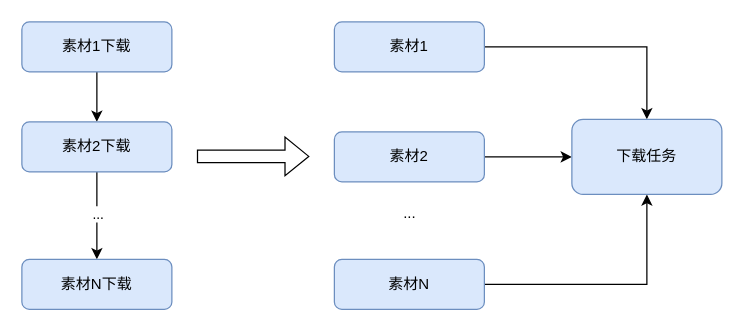
This is page "下载" (1 of 3) of 未命名绘图.drawio from red-mount/binder, a draw.io file, before an edit. Source tidied: cells renumbered, new cells numbered last; positions are measured from the earlier drawing's top-left corner, leaving out a move shared by most shapes. Both pictures are drawn from the tidied source at 125%, with x=0, y=0 at pixel (21, 21).
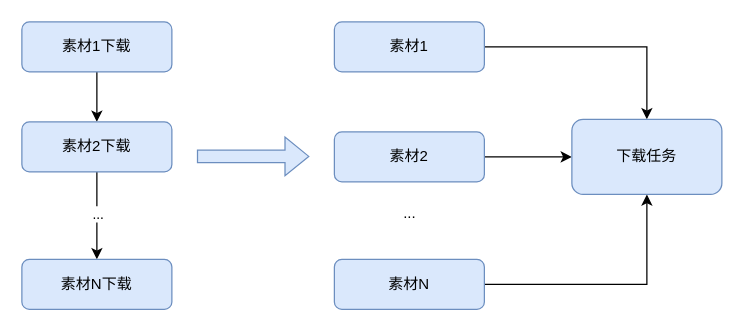
The same diagram, later.

Commit message (it also covers changes not shown here):
更新未命名绘图.drawio

Diff of the diagram source:
```diff
@@
 <mxGraphModel>
   <root>
     <mxCell id="0" />
     <mxCell id="1" parent="0" />
     <mxCell id="2" style="edgeStyle=orthogonalEdgeStyle;rounded=0;jettySize=auto;html=1;" parent="1" edge="1" source="3" target="6">
       <mxGeometry relative="1" as="geometry" />
     </mxCell>
     <mxCell id="3" value="素材1下载" style="rounded=1;whiteSpace=wrap;html=1;fontSize=12;glass=0;strokeWidth=1;shadow=0;fillColor=#dae8fc;strokeColor=#6c8ebf;" parent="1" vertex="1">
       <mxGeometry width="120" height="40" as="geometry" />
     </mxCell>
     <mxCell id="4" style="edgeStyle=orthogonalEdgeStyle;rounded=0;jettySize=auto;html=1;" parent="1" edge="1" source="6" target="7">
       <mxGeometry relative="1" as="geometry" />
     </mxCell>
     <mxCell id="5" value="..." style="edgeLabel;html=1;align=center;verticalAlign=middle;" parent="4" vertex="1">
       <mxGeometry x="-0.07" relative="1" as="geometry" />
     </mxCell>
     <mxCell id="6" value="素材2下载" style="whiteSpace=wrap;html=1;fillColor=#dae8fc;strokeColor=#6c8ebf;rounded=1;glass=0;strokeWidth=1;shadow=0;" parent="1" vertex="1">
       <mxGeometry y="80" width="120" height="40" as="geometry" />
     </mxCell>
     <mxCell id="7" value="素材N下载" style="whiteSpace=wrap;html=1;fillColor=#dae8fc;strokeColor=#6c8ebf;rounded=1;glass=0;strokeWidth=1;shadow=0;" parent="1" vertex="1">
       <mxGeometry y="190" width="120" height="40" as="geometry" />
     </mxCell>
     <mxCell id="8" style="edgeStyle=orthogonalEdgeStyle;rounded=0;jettySize=auto;html=1;entryX=0.5;entryY=0;entryDx=0;entryDy=0;" parent="1" edge="1" source="9" target="15">
       <mxGeometry relative="1" as="geometry" />
     </mxCell>
     <mxCell id="9" value="素材1" style="rounded=1;whiteSpace=wrap;html=1;fontSize=12;glass=0;strokeWidth=1;shadow=0;fillColor=#dae8fc;strokeColor=#6c8ebf;" parent="1" vertex="1">
       <mxGeometry x="250" width="120" height="40" as="geometry" />
     </mxCell>
     <mxCell id="10" style="edgeStyle=orthogonalEdgeStyle;rounded=0;jettySize=auto;html=1;" parent="1" edge="1" source="11" target="15">
       <mxGeometry relative="1" as="geometry" />
     </mxCell>
     <mxCell id="11" value="素材2" style="rounded=1;whiteSpace=wrap;html=1;fontSize=12;glass=0;strokeWidth=1;shadow=0;fillColor=#dae8fc;strokeColor=#6c8ebf;" parent="1" vertex="1">
       <mxGeometry x="250" y="88" width="120" height="40" as="geometry" />
     </mxCell>
     <mxCell id="12" style="edgeStyle=orthogonalEdgeStyle;rounded=0;jettySize=auto;html=1;entryX=0.5;entryY=1;entryDx=0;entryDy=0;" parent="1" edge="1" source="13" target="15">
       <mxGeometry relative="1" as="geometry" />
     </mxCell>
     <mxCell id="13" value="素材N" style="whiteSpace=wrap;html=1;fillColor=#dae8fc;strokeColor=#6c8ebf;rounded=1;glass=0;strokeWidth=1;shadow=0;" parent="1" vertex="1">
       <mxGeometry x="250" y="190" width="120" height="40" as="geometry" />
     </mxCell>
     <mxCell id="14" value="..." style="text;html=1;align=center;verticalAlign=middle;strokeColor=none;fillColor=none;" parent="1" vertex="1">
       <mxGeometry x="295" y="138" width="30" height="30" as="geometry" />
     </mxCell>
     <mxCell id="15" value="下载任务" style="rounded=1;whiteSpace=wrap;html=1;fillColor=#dae8fc;strokeColor=#6c8ebf;" parent="1" vertex="1">
       <mxGeometry x="440" y="78" width="120" height="60" as="geometry" />
     </mxCell>
-    <mxCell id="16" style="shape=flexArrow;endArrow=classic;html=1;rounded=0;" parent="1" edge="1">
+    <mxCell id="16" style="shape=flexArrow;endArrow=classic;html=1;rounded=0;fillColor=#dae8fc;strokeColor=#6c8ebf;" parent="1" edge="1">
       <mxGeometry relative="1" as="geometry">
         <mxPoint x="140" y="107.6" as="sourcePoint" />
         <mxPoint x="230" y="107.6" as="targetPoint" />
       </mxGeometry>
     </mxCell>
   </root>
 </mxGraphModel>
```
